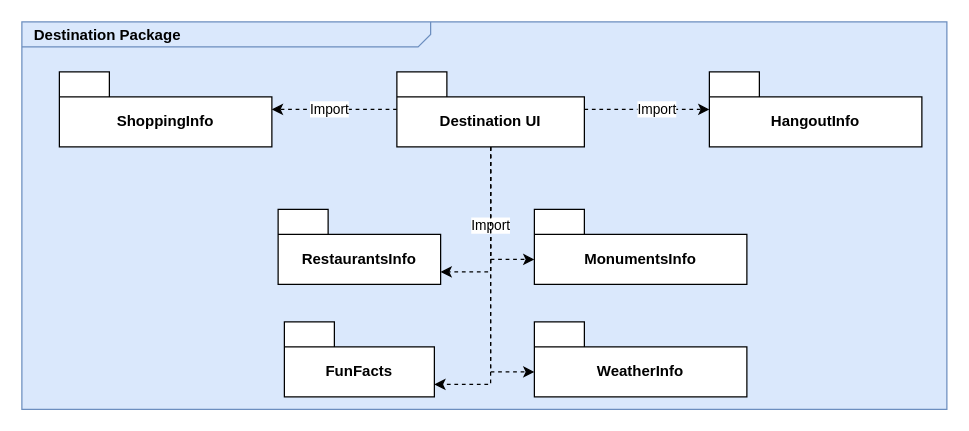
This is Destinations.drawio from MurielleMardenli200/LOG8430_TP1, a draw.io file, before an edit. Source tidied: cells renumbered, new cells numbered last; positions are measured from the earlier drawing's top-left corner, leaving out a move shared by most shapes. Both pictures are drawn from the tidied source at 125%, with x=0, y=0 at pixel (21, 21).
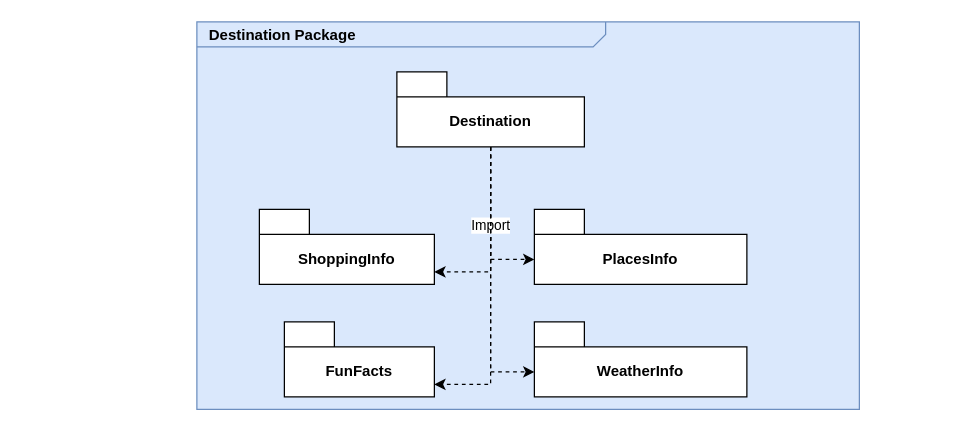
The same page after the edit.

Change to the diagram source:
```diff
@@
     <mxCell id="2" value="&lt;p style=&quot;margin: 0px ; margin-top: 4px ; margin-left: 10px ; text-align: left&quot;&gt;&lt;b&gt;Destination Package&lt;/b&gt;&lt;/p&gt;" style="html=1;strokeWidth=1;shape=mxgraph.sysml.package;html=1;overflow=fill;whiteSpace=wrap;fillColor=#dae8fc;fontSize=12;align=center;labelX=327.64;strokeColor=#6c8ebf;" parent="1" vertex="1">
-      <mxGeometry width="740" height="310" as="geometry" />
+      <mxGeometry x="140" width="530" height="310" as="geometry" />
     </mxCell>
-    <mxCell id="3" style="edgeStyle=orthogonalEdgeStyle;shape=connector;rounded=0;jettySize=auto;html=1;dashed=1;strokeColor=default;align=center;verticalAlign=middle;fontFamily=Helvetica;fontSize=11;fontColor=default;labelBackgroundColor=default;endArrow=classic;" parent="1" edge="1" source="9" target="10">
-      <mxGeometry relative="1" as="geometry">
-        <Array as="points">
-          <mxPoint x="375" y="200" />
-        </Array>
-      </mxGeometry>
-    </mxCell>
@@
-    <mxCell id="5" style="edgeStyle=orthogonalEdgeStyle;rounded=0;jettySize=auto;html=1;dashed=1;" parent="1" edge="1" source="9" target="16">
-      <mxGeometry relative="1" as="geometry" />
-    </mxCell>
-    <mxCell id="6" value="Import" style="edgeLabel;html=1;align=center;verticalAlign=middle;fontFamily=Helvetica;fontSize=11;fontColor=default;labelBackgroundColor=default;" parent="5" vertex="1">
-      <mxGeometry x="0.15" y="1" relative="1" as="geometry" />
-    </mxCell>
-    <mxCell id="7" style="edgeStyle=orthogonalEdgeStyle;shape=connector;rounded=0;jettySize=auto;html=1;dashed=1;strokeColor=default;align=center;verticalAlign=middle;fontFamily=Helvetica;fontSize=11;fontColor=default;labelBackgroundColor=default;endArrow=classic;" parent="1" edge="1" source="9" target="17">
-      <mxGeometry relative="1" as="geometry" />
-    </mxCell>
-    <mxCell id="8" value="Import" style="edgeLabel;html=1;align=center;verticalAlign=middle;fontFamily=Helvetica;fontSize=11;fontColor=default;labelBackgroundColor=default;" parent="7" vertex="1">
-      <mxGeometry x="0.09" y="-1" relative="1" as="geometry" />
-    </mxCell>
-    <mxCell id="9" value="Destination UI" style="shape=folder;fontStyle=1;tabWidth=40;tabHeight=20;tabPosition=left;html=1;boundedLbl=1;whiteSpace=wrap;" parent="1" vertex="1">
+    <mxCell id="9" value="Destination" style="shape=folder;fontStyle=1;tabWidth=40;tabHeight=20;tabPosition=left;html=1;boundedLbl=1;whiteSpace=wrap;" parent="1" vertex="1">
       <mxGeometry x="300" y="40" width="150" height="60" as="geometry" />
     </mxCell>
-    <mxCell id="10" value="RestaurantsInfo" style="shape=folder;fontStyle=1;tabWidth=40;tabHeight=20;tabPosition=left;html=1;boundedLbl=1;whiteSpace=wrap;" parent="1" vertex="1">
-      <mxGeometry x="205" y="150" width="130" height="60" as="geometry" />
-    </mxCell>
@@
-    <mxCell id="13" value="MonumentsInfo" style="shape=folder;fontStyle=1;tabWidth=40;tabHeight=20;tabPosition=left;html=1;boundedLbl=1;whiteSpace=wrap;" parent="1" vertex="1">
+    <mxCell id="13" value="PlacesInfo" style="shape=folder;fontStyle=1;tabWidth=40;tabHeight=20;tabPosition=left;html=1;boundedLbl=1;whiteSpace=wrap;" parent="1" vertex="1">
       <mxGeometry x="410" y="150" width="170" height="60" as="geometry" />
     </mxCell>
@@
-    <mxCell id="16" value="HangoutInfo" style="shape=folder;fontStyle=1;tabWidth=40;tabHeight=20;tabPosition=left;html=1;boundedLbl=1;whiteSpace=wrap;" parent="1" vertex="1">
-      <mxGeometry x="550" y="40" width="170" height="60" as="geometry" />
-    </mxCell>
     <mxCell id="17" value="ShoppingInfo" style="shape=folder;fontStyle=1;tabWidth=40;tabHeight=20;tabPosition=left;html=1;boundedLbl=1;whiteSpace=wrap;" parent="1" vertex="1">
-      <mxGeometry x="30" y="40" width="170" height="60" as="geometry" />
+      <mxGeometry x="190" y="150" width="140" height="60" as="geometry" />
     </mxCell>
+    <mxCell id="7" style="edgeStyle=orthogonalEdgeStyle;shape=connector;rounded=0;jettySize=auto;html=1;entryX=0;entryY=0;entryDx=140;entryDy=50;entryPerimeter=0;dashed=1;strokeColor=default;align=center;verticalAlign=middle;fontFamily=Helvetica;fontSize=11;fontColor=default;labelBackgroundColor=default;endArrow=classic;" parent="1" edge="1" source="9" target="17">
+      <mxGeometry relative="1" as="geometry" />
+    </mxCell>
```
